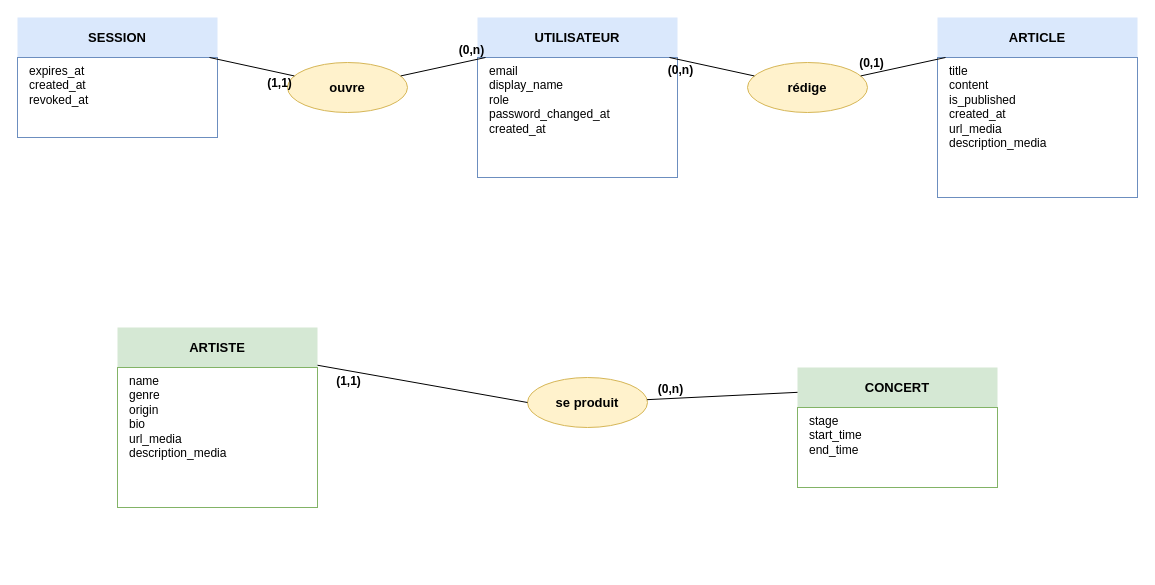
Earlier version of the draw.io diagram bd/mcd_vindhellfest.drawio (aurelienrnd/FestApp). Source tidied: cells renumbered, new cells numbered last; positions are measured from the earlier drawing's top-left corner, leaving out a move shared by most shapes. Both pictures are drawn from the tidied source at 100%, with x=0, y=0 at pixel (17, 17).
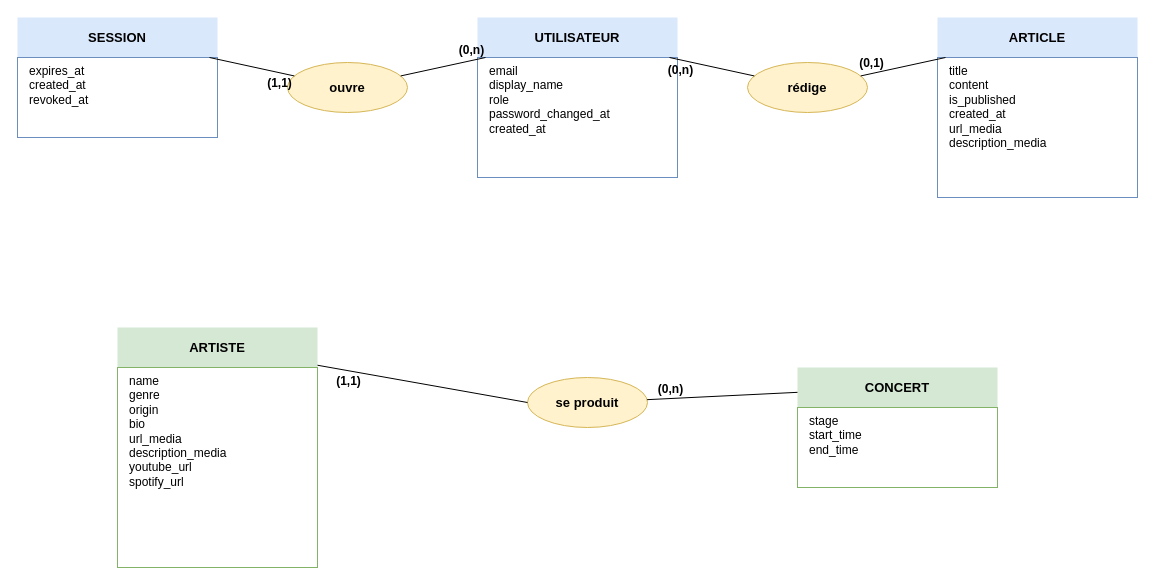
After the change.

Commit message (it also covers changes not shown here):
feat(bd): add youtube_url and spotify_url columns to artists table

What changed in the source:
```diff
@@
-    <mxCell id="9" value="name&#10;genre&#10;origin&#10;bio&#10;url_media&#10;description_media" style="text;html=1;strokeColor=#82b366;fillColor=#ffffff;align=left;verticalAlign=top;spacingLeft=10;whiteSpace=wrap;rounded=0;fontSize=12;" parent="1" vertex="1">
-      <mxGeometry x="100" y="350" width="200" height="140" as="geometry" />
+    <mxCell id="9" value="name&#10;genre&#10;origin&#10;bio&#10;url_media&#10;description_media&#10;youtube_url&#10;spotify_url" style="text;html=1;strokeColor=#82b366;fillColor=#ffffff;align=left;verticalAlign=top;spacingLeft=10;whiteSpace=wrap;rounded=0;fontSize=12;" parent="1" vertex="1">
+      <mxGeometry x="100" y="350" width="200" height="200" as="geometry" />
     </mxCell>
```
